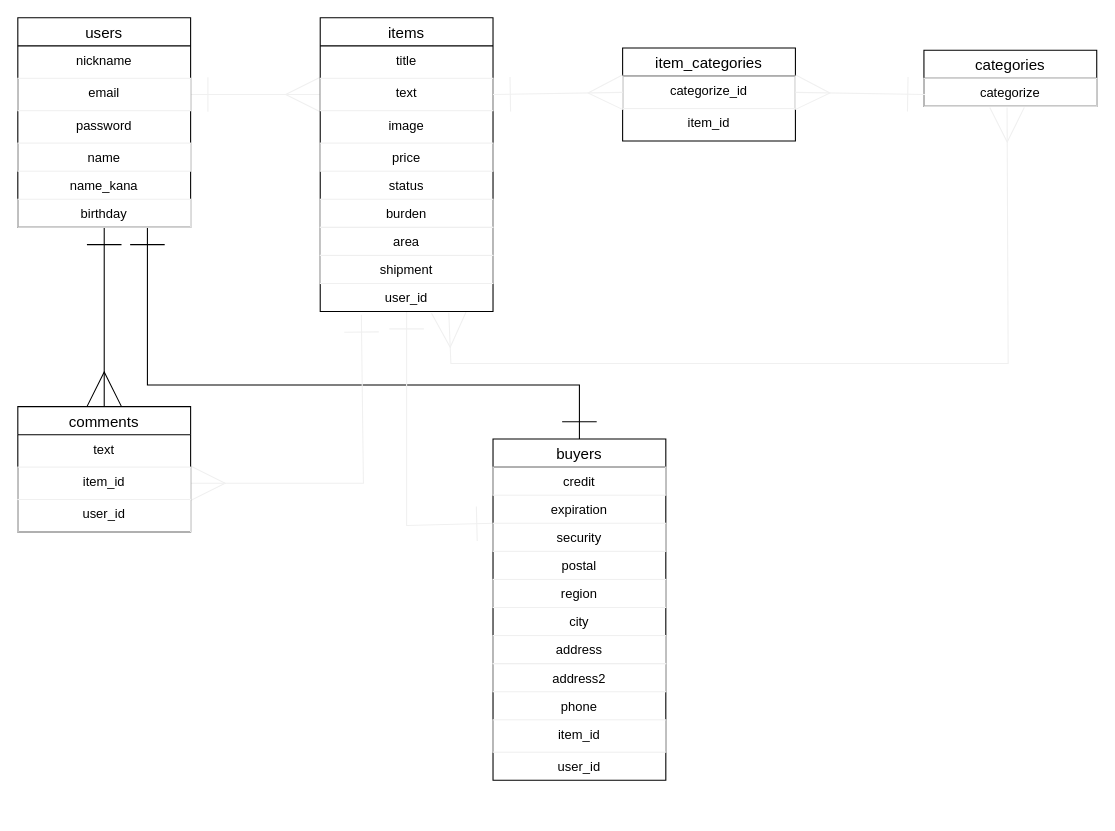
This is furima.dio from tk-i/furima-33847, a draw.io file, before an edit. Source tidied: cells renumbered, new cells numbered last; positions are measured from the earlier drawing's top-left corner, leaving out a move shared by most shapes. Both pictures are drawn from the tidied source at 108%, with x=0, y=0 at pixel (17, 17).
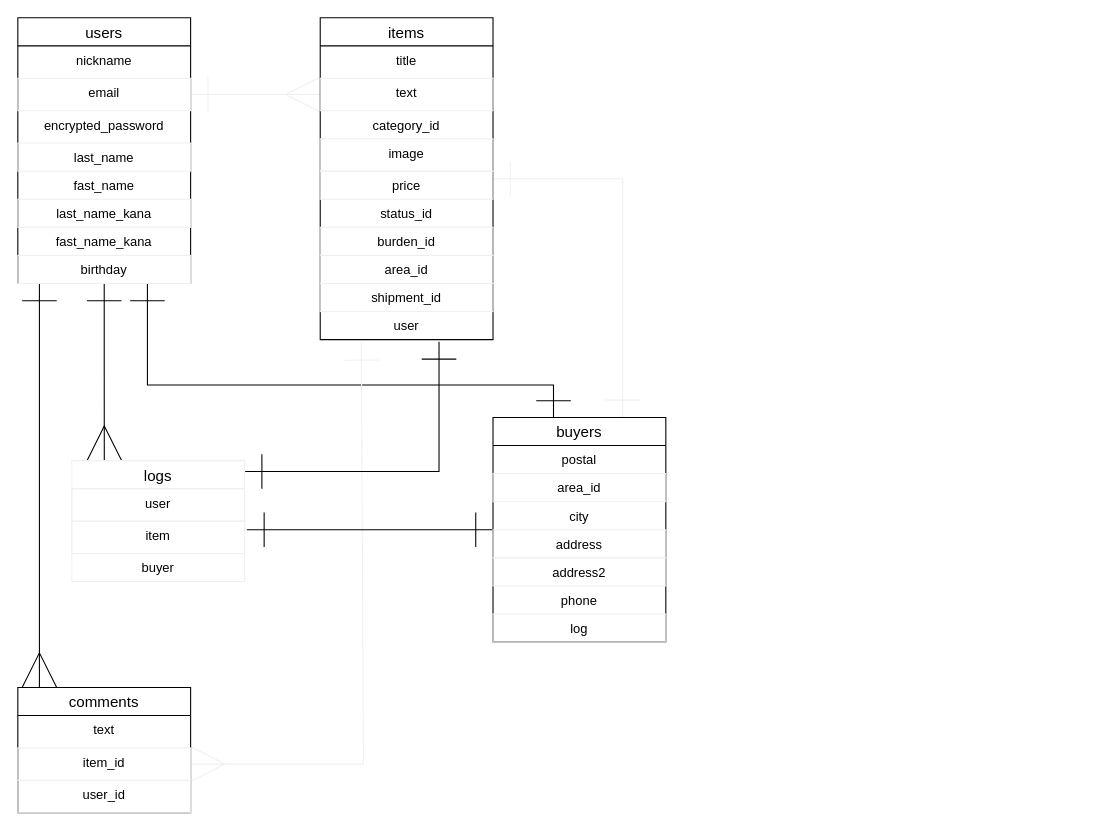
The same diagram, later.

Unchanged cells that the change refers to:
```xml
<mxCell id="17" value="text" style="text;fillColor=none;spacingLeft=4;spacingRight=4;overflow=hidden;points=[[0,0.5],[1,0.5]];portConstraint=eastwest;fontSize=12;align=center;strokeColor=#f0f0f0;" parent="15" vertex="1">
  <mxGeometry y="56" width="160" height="30" as="geometry" />
</mxCell>
<mxCell id="27" value="item_id" style="text;fillColor=none;spacingLeft=4;spacingRight=4;overflow=hidden;points=[[0,0.5],[1,0.5]];portConstraint=eastwest;fontSize=12;align=center;strokeColor=#f0f0f0;" parent="25" vertex="1">
  <mxGeometry y="56" width="160" height="30" as="geometry" />
</mxCell>
```

Change to the diagram source:
```diff
@@
-    <mxCell id="3" style="edgeStyle=orthogonalEdgeStyle;rounded=0;jettySize=auto;html=1;entryX=0.5;entryY=0;entryDx=0;entryDy=0;endArrow=ERmany;endFill=0;endSize=30;startSize=30;startArrow=ERone;startFill=0;" parent="1" edge="1" source="5" target="25">
+    <mxCell id="3" style="edgeStyle=orthogonalEdgeStyle;rounded=0;jettySize=auto;html=1;entryX=0.125;entryY=0;entryDx=0;entryDy=0;endArrow=ERmany;endFill=0;endSize=30;startSize=30;startArrow=ERone;startFill=0;exitX=0.125;exitY=1;exitDx=0;exitDy=0;exitPerimeter=0;entryPerimeter=0;" parent="1" edge="1" source="11" target="25">
       <mxGeometry relative="1" as="geometry" />
     </mxCell>
-    <mxCell id="4" style="edgeStyle=orthogonalEdgeStyle;rounded=0;jettySize=auto;html=1;entryX=0.5;entryY=0;entryDx=0;entryDy=0;endArrow=ERone;endFill=0;strokeWidth=1;startSize=30;endSize=30;startArrow=ERone;startFill=0;" parent="1" edge="1" source="5" target="36">
+    <mxCell id="4" style="edgeStyle=orthogonalEdgeStyle;rounded=0;jettySize=auto;html=1;endArrow=ERone;endFill=0;strokeWidth=1;startSize=30;endSize=30;startArrow=ERone;startFill=0;entryX=0.35;entryY=0.003;entryDx=0;entryDy=0;entryPerimeter=0;" parent="1" edge="1" source="5" target="36">
       <mxGeometry relative="1" as="geometry">
         <Array as="points">
           <mxPoint x="120" y="340" />
-          <mxPoint x="520" y="340" />
+          <mxPoint x="496" y="340" />
         </Array>
       </mxGeometry>
     </mxCell>
+    <mxCell id="48" style="edgeStyle=orthogonalEdgeStyle;rounded=0;jettySize=auto;html=1;entryX=0.188;entryY=0;entryDx=0;entryDy=0;entryPerimeter=0;startArrow=ERone;startFill=0;startSize=30;endArrow=ERmany;endFill=0;endSize=30;" parent="1" edge="1" source="5" target="55">
+      <mxGeometry relative="1" as="geometry" />
+    </mxCell>
     <mxCell id="5" value="users" style="swimlane;fontStyle=0;horizontal=1;startSize=26;align=center;fontSize=14;" parent="1" vertex="1">
-      <mxGeometry width="160" height="194" as="geometry" />
+      <mxGeometry width="160" height="246" as="geometry" />
     </mxCell>
@@
-    <mxCell id="8" value="password" style="text;strokeColor=none;fillColor=none;spacingLeft=4;spacingRight=4;overflow=hidden;fontSize=12;align=center;" parent="5" vertex="1">
+    <mxCell id="8" value="encrypted_password" style="text;strokeColor=none;fillColor=none;spacingLeft=4;spacingRight=4;overflow=hidden;fontSize=12;align=center;" parent="5" vertex="1">
       <mxGeometry y="86" width="160" height="30" as="geometry" />
     </mxCell>
-    <mxCell id="9" value="name" style="text;fillColor=none;align=center;verticalAlign=top;spacingLeft=4;spacingRight=4;overflow=hidden;strokeColor=#f0f0f0;" parent="5" vertex="1">
+    <mxCell id="9" value="last_name" style="text;fillColor=none;align=center;verticalAlign=top;spacingLeft=4;spacingRight=4;overflow=hidden;strokeColor=#f0f0f0;" parent="5" vertex="1">
       <mxGeometry y="116" width="160" height="26" as="geometry" />
     </mxCell>
+    <mxCell id="49" value="fast_name" style="text;strokeColor=none;fillColor=none;align=center;verticalAlign=top;spacingLeft=4;spacingRight=4;overflow=hidden;" parent="5" vertex="1">
+      <mxGeometry y="142" width="160" height="26" as="geometry" />
+    </mxCell>
-    <mxCell id="10" value="name_kana" style="text;strokeColor=none;fillColor=none;align=center;verticalAlign=top;spacingLeft=4;spacingRight=4;overflow=hidden;" parent="5" vertex="1">
-      <mxGeometry y="142" width="160" height="26" as="geometry" />
+    <mxCell id="10" value="last_name_kana" style="text;fillColor=none;align=center;verticalAlign=top;spacingLeft=4;spacingRight=4;overflow=hidden;strokeColor=#f0f0f0;" parent="5" vertex="1">
+      <mxGeometry y="168" width="160" height="26" as="geometry" />
     </mxCell>
+    <mxCell id="50" value="fast_name_kana" style="text;strokeColor=none;fillColor=none;align=center;verticalAlign=top;spacingLeft=4;spacingRight=4;overflow=hidden;" parent="5" vertex="1">
+      <mxGeometry y="194" width="160" height="26" as="geometry" />
+    </mxCell>
     <mxCell id="11" value="birthday" style="text;fillColor=none;align=center;verticalAlign=top;spacingLeft=4;spacingRight=4;overflow=hidden;points=[[0,0.5],[1,0.5]];portConstraint=eastwest;strokeColor=#f0f0f0;" parent="5" vertex="1">
-      <mxGeometry y="168" width="160" height="26" as="geometry" />
+      <mxGeometry y="220" width="160" height="26" as="geometry" />
     </mxCell>
-    <mxCell id="12" style="edgeStyle=none;rounded=0;jumpStyle=none;jettySize=auto;html=1;startArrow=ERmany;startFill=0;startSize=30;endArrow=ERmany;endFill=0;endSize=30;targetPerimeterSpacing=0;strokeColor=#f0f0f0;strokeWidth=1;entryX=0.481;entryY=1.038;entryDx=0;entryDy=0;entryPerimeter=0;exitX=0.744;exitY=1.038;exitDx=0;exitDy=0;exitPerimeter=0;" parent="1" edge="1" source="24" target="30">
-      <mxGeometry relative="1" as="geometry">
-        <Array as="points">
-          <mxPoint x="401" y="320" />
-          <mxPoint x="917" y="320" />
-        </Array>
-      </mxGeometry>
-    </mxCell>
     <mxCell id="13" style="edgeStyle=none;rounded=0;jumpStyle=none;jettySize=auto;html=1;entryX=1;entryY=0.5;entryDx=0;entryDy=0;startArrow=ERone;startFill=0;startSize=30;endArrow=ERmany;endFill=0;endSize=30;targetPerimeterSpacing=0;strokeColor=#f0f0f0;strokeWidth=1;exitX=0.238;exitY=1.115;exitDx=0;exitDy=0;exitPerimeter=0;" parent="1" edge="1" source="24" target="27">
       <mxGeometry relative="1" as="geometry">
         <Array as="points">
-          <mxPoint x="320" y="431" />
+          <mxPoint x="320" y="691" />
         </Array>
       </mxGeometry>
     </mxCell>
-    <mxCell id="14" style="edgeStyle=none;rounded=0;jumpStyle=none;jettySize=auto;html=1;startArrow=ERone;startFill=0;startSize=30;endArrow=ERone;endFill=0;endSize=30;targetPerimeterSpacing=0;strokeColor=#f0f0f0;strokeWidth=1;entryX=0.006;entryY=0;entryDx=0;entryDy=0;entryPerimeter=0;" parent="1" edge="1" source="15" target="39">
+    <mxCell id="14" style="edgeStyle=none;rounded=0;jumpStyle=none;jettySize=auto;html=1;startArrow=ERone;startFill=0;startSize=30;endArrow=ERone;endFill=0;endSize=30;targetPerimeterSpacing=0;strokeColor=#f0f0f0;strokeWidth=1;entryX=0.75;entryY=0;entryDx=0;entryDy=0;" parent="1" edge="1" source="15" target="36">
       <mxGeometry relative="1" as="geometry">
         <Array as="points">
-          <mxPoint x="360" y="470" />
+          <mxPoint x="560" y="149" />
         </Array>
       </mxGeometry>
     </mxCell>
     <mxCell id="15" value="items" style="swimlane;fontStyle=0;horizontal=1;startSize=26;align=center;fontSize=14;" parent="1" vertex="1">
-      <mxGeometry x="280" width="160" height="272" as="geometry" />
+      <mxGeometry x="280" width="160" height="298" as="geometry" />
     </mxCell>
@@
+    <mxCell id="51" value="category_id" style="text;strokeColor=none;fillColor=none;align=center;verticalAlign=top;spacingLeft=4;spacingRight=4;overflow=hidden;" parent="15" vertex="1">
+      <mxGeometry y="86" width="160" height="26" as="geometry" />
+    </mxCell>
-    <mxCell id="18" value="image" style="text;strokeColor=none;fillColor=none;spacingLeft=4;spacingRight=4;overflow=hidden;fontSize=12;align=center;" parent="15" vertex="1">
-      <mxGeometry y="86" width="160" height="30" as="geometry" />
+    <mxCell id="18" value="image" style="text;fillColor=none;spacingLeft=4;spacingRight=4;overflow=hidden;fontSize=12;align=center;strokeColor=#f0f0f0;" parent="15" vertex="1">
+      <mxGeometry y="112" width="160" height="30" as="geometry" />
     </mxCell>
     <mxCell id="19" value="price" style="text;fillColor=none;align=center;verticalAlign=top;spacingLeft=4;spacingRight=4;overflow=hidden;strokeColor=#f0f0f0;" parent="15" vertex="1">
-      <mxGeometry y="116" width="160" height="26" as="geometry" />
+      <mxGeometry y="142" width="160" height="26" as="geometry" />
     </mxCell>
-    <mxCell id="20" value="status" style="text;strokeColor=none;fillColor=none;align=center;verticalAlign=top;spacingLeft=4;spacingRight=4;overflow=hidden;" parent="15" vertex="1">
-      <mxGeometry y="142" width="160" height="26" as="geometry" />
+    <mxCell id="20" value="status_id" style="text;strokeColor=none;fillColor=none;align=center;verticalAlign=top;spacingLeft=4;spacingRight=4;overflow=hidden;" parent="15" vertex="1">
+      <mxGeometry y="168" width="160" height="26" as="geometry" />
     </mxCell>
-    <mxCell id="21" value="burden" style="text;fillColor=none;align=center;verticalAlign=top;spacingLeft=4;spacingRight=4;overflow=hidden;strokeColor=#f0f0f0;" parent="15" vertex="1">
-      <mxGeometry y="168" width="160" height="26" as="geometry" />
+    <mxCell id="21" value="burden_id" style="text;fillColor=none;align=center;verticalAlign=top;spacingLeft=4;spacingRight=4;overflow=hidden;strokeColor=#f0f0f0;" parent="15" vertex="1">
+      <mxGeometry y="194" width="160" height="26" as="geometry" />
     </mxCell>
-    <mxCell id="22" value="area" style="text;fillColor=none;align=center;verticalAlign=top;spacingLeft=4;spacingRight=4;overflow=hidden;strokeColor=#f0f0f0;" parent="15" vertex="1">
-      <mxGeometry y="194" width="160" height="26" as="geometry" />
+    <mxCell id="22" value="area_id" style="text;fillColor=none;align=center;verticalAlign=top;spacingLeft=4;spacingRight=4;overflow=hidden;strokeColor=#f0f0f0;" parent="15" vertex="1">
+      <mxGeometry y="220" width="160" height="26" as="geometry" />
     </mxCell>
-    <mxCell id="23" value="shipment" style="text;fillColor=none;align=center;verticalAlign=top;spacingLeft=4;spacingRight=4;overflow=hidden;strokeColor=#f0f0f0;" parent="15" vertex="1">
-      <mxGeometry y="220" width="160" height="26" as="geometry" />
+    <mxCell id="23" value="shipment_id" style="text;fillColor=none;align=center;verticalAlign=top;spacingLeft=4;spacingRight=4;overflow=hidden;strokeColor=#f0f0f0;" parent="15" vertex="1">
+      <mxGeometry y="246" width="160" height="26" as="geometry" />
     </mxCell>
-    <mxCell id="24" value="user_id" style="text;strokeColor=none;fillColor=none;align=center;verticalAlign=top;spacingLeft=4;spacingRight=4;overflow=hidden;points=[[0,0.5],[1,0.5]];portConstraint=eastwest;" parent="15" vertex="1">
-      <mxGeometry y="246" width="160" height="26" as="geometry" />
+    <mxCell id="24" value="user" style="text;strokeColor=none;fillColor=none;align=center;verticalAlign=top;spacingLeft=4;spacingRight=4;overflow=hidden;points=[[0,0.5],[1,0.5]];portConstraint=eastwest;" parent="15" vertex="1">
+      <mxGeometry y="272" width="160" height="26" as="geometry" />
     </mxCell>
     <mxCell id="25" value="comments" style="swimlane;fontStyle=0;horizontal=1;startSize=26;align=center;fontSize=14;" parent="1" vertex="1">
-      <mxGeometry y="360" width="160" height="116" as="geometry" />
+      <mxGeometry y="620" width="160" height="116" as="geometry" />
     </mxCell>
@@
-    <mxCell id="29" value="categories" style="swimlane;fontStyle=0;horizontal=1;startSize=26;align=center;fontSize=14;" parent="1" vertex="1">
-      <mxGeometry x="839" y="30" width="160" height="52" as="geometry" />
-    </mxCell>
-    <mxCell id="30" value="categorize" style="text;fillColor=none;align=center;verticalAlign=top;spacingLeft=4;spacingRight=4;overflow=hidden;points=[[0,0.5],[1,0.5]];portConstraint=eastwest;strokeColor=#f0f0f0;" parent="29" vertex="1">
-      <mxGeometry y="26" width="160" height="26" as="geometry" />
-    </mxCell>
-    <mxCell id="31" value="item_categories" style="swimlane;fontStyle=0;horizontal=1;startSize=26;align=center;fontSize=14;" parent="1" vertex="1">
-      <mxGeometry x="560" y="28" width="160" height="86" as="geometry" />
-    </mxCell>
-    <mxCell id="32" value="categorize_id" style="text;fillColor=none;spacingLeft=4;spacingRight=4;overflow=hidden;points=[[0,0.5],[1,0.5]];portConstraint=eastwest;fontSize=12;strokeColor=#f0f0f0;align=center;" parent="31" vertex="1">
-      <mxGeometry y="26" width="160" height="30" as="geometry" />
-    </mxCell>
-    <mxCell id="33" value="item_id" style="text;strokeColor=none;fillColor=none;spacingLeft=4;spacingRight=4;overflow=hidden;fontSize=12;align=center;" parent="31" vertex="1">
-      <mxGeometry y="56" width="160" height="30" as="geometry" />
-    </mxCell>
-    <mxCell id="34" style="edgeStyle=none;rounded=0;jumpStyle=none;jettySize=auto;html=1;exitX=1;exitY=0.5;exitDx=0;exitDy=0;entryX=0;entryY=0.5;entryDx=0;entryDy=0;startArrow=ERone;startFill=0;startSize=30;endArrow=ERmany;endFill=0;endSize=30;targetPerimeterSpacing=0;strokeColor=#f0f0f0;strokeWidth=1;" parent="1" edge="1" source="17" target="32">
-      <mxGeometry relative="1" as="geometry" />
-    </mxCell>
-    <mxCell id="35" style="edgeStyle=none;rounded=0;jumpStyle=none;jettySize=auto;html=1;entryX=0;entryY=0.5;entryDx=0;entryDy=0;startArrow=ERmany;startFill=0;startSize=30;endArrow=ERone;endFill=0;endSize=30;targetPerimeterSpacing=0;strokeColor=#f0f0f0;strokeWidth=1;exitX=1;exitY=0.5;exitDx=0;exitDy=0;" parent="1" edge="1" source="32">
-      <mxGeometry relative="1" as="geometry">
-        <mxPoint x="840" y="71" as="targetPoint" />
-      </mxGeometry>
-    </mxCell>
+    <mxCell id="52" style="edgeStyle=orthogonalEdgeStyle;rounded=0;jettySize=auto;html=1;startArrow=ERone;startFill=0;startSize=30;endArrow=ERone;endFill=0;endSize=30;entryX=1.013;entryY=0.267;entryDx=0;entryDy=0;entryPerimeter=0;" parent="1" edge="1" source="36" target="57">
+      <mxGeometry relative="1" as="geometry">
+        <Array as="points">
+          <mxPoint x="330" y="474" />
+          <mxPoint x="330" y="474" />
+        </Array>
+      </mxGeometry>
+    </mxCell>
     <mxCell id="36" value="buyers" style="swimlane;fontStyle=0;horizontal=1;startSize=26;align=center;fontSize=14;" parent="1" vertex="1">
-      <mxGeometry x="440" y="390" width="160" height="316" as="geometry" />
+      <mxGeometry x="440" y="370" width="160" height="208" as="geometry" />
     </mxCell>
-    <mxCell id="37" value="credit" style="text;fillColor=none;align=center;verticalAlign=top;spacingLeft=4;spacingRight=4;overflow=hidden;strokeColor=#f0f0f0;" parent="36" vertex="1">
-      <mxGeometry y="26" width="160" height="26" as="geometry" />
-    </mxCell>
-    <mxCell id="38" value="expiration" style="text;strokeColor=none;fillColor=none;align=center;verticalAlign=top;spacingLeft=4;spacingRight=4;overflow=hidden;" parent="36" vertex="1">
-      <mxGeometry y="52" width="160" height="26" as="geometry" />
-    </mxCell>
-    <mxCell id="39" value="security" style="text;fillColor=none;align=center;verticalAlign=top;spacingLeft=4;spacingRight=4;overflow=hidden;points=[[0,0.5],[1,0.5]];portConstraint=eastwest;strokeColor=#f0f0f0;" parent="36" vertex="1">
-      <mxGeometry y="78" width="160" height="26" as="geometry" />
-    </mxCell>
     <mxCell id="40" value="postal" style="text;strokeColor=none;fillColor=none;align=center;verticalAlign=top;spacingLeft=4;spacingRight=4;overflow=hidden;" parent="36" vertex="1">
-      <mxGeometry y="104" width="160" height="26" as="geometry" />
+      <mxGeometry y="26" width="160" height="26" as="geometry" />
     </mxCell>
-    <mxCell id="41" value="region" style="text;fillColor=none;align=center;verticalAlign=top;spacingLeft=4;spacingRight=4;overflow=hidden;strokeColor=#f0f0f0;" parent="36" vertex="1">
-      <mxGeometry y="130" width="160" height="26" as="geometry" />
+    <mxCell id="41" value="area_id" style="text;fillColor=none;align=center;verticalAlign=top;spacingLeft=4;spacingRight=4;overflow=hidden;strokeColor=#f0f0f0;" parent="36" vertex="1">
+      <mxGeometry y="52" width="160" height="26" as="geometry" />
     </mxCell>
     <mxCell id="42" value="city" style="text;strokeColor=none;fillColor=none;align=center;verticalAlign=top;spacingLeft=4;spacingRight=4;overflow=hidden;" parent="36" vertex="1">
-      <mxGeometry y="156" width="160" height="26" as="geometry" />
+      <mxGeometry y="78" width="160" height="26" as="geometry" />
     </mxCell>
     <mxCell id="43" value="address" style="text;fillColor=none;align=center;verticalAlign=top;spacingLeft=4;spacingRight=4;overflow=hidden;strokeColor=#f0f0f0;" parent="36" vertex="1">
-      <mxGeometry y="182" width="160" height="26" as="geometry" />
+      <mxGeometry y="104" width="160" height="26" as="geometry" />
     </mxCell>
     <mxCell id="44" value="address2" style="text;fillColor=none;align=center;verticalAlign=top;spacingLeft=4;spacingRight=4;overflow=hidden;strokeColor=#f0f0f0;" parent="36" vertex="1">
-      <mxGeometry y="208" width="160" height="26" as="geometry" />
+      <mxGeometry y="130" width="160" height="26" as="geometry" />
     </mxCell>
     <mxCell id="45" value="phone" style="text;strokeColor=none;fillColor=none;align=center;verticalAlign=top;spacingLeft=4;spacingRight=4;overflow=hidden;" parent="36" vertex="1">
-      <mxGeometry y="234" width="160" height="26" as="geometry" />
+      <mxGeometry y="156" width="160" height="26" as="geometry" />
     </mxCell>
-    <mxCell id="46" value="item_id" style="text;fillColor=none;spacingLeft=4;spacingRight=4;overflow=hidden;fontSize=12;strokeColor=#f0f0f0;align=center;" parent="36" vertex="1">
-      <mxGeometry y="260" width="160" height="30" as="geometry" />
-    </mxCell>
-    <mxCell id="47" value="user_id" style="text;strokeColor=none;fillColor=none;align=center;verticalAlign=top;spacingLeft=4;spacingRight=4;overflow=hidden;" parent="36" vertex="1">
-      <mxGeometry y="290" width="160" height="26" as="geometry" />
-    </mxCell>
+    <mxCell id="53" value="log" style="text;fillColor=none;align=center;verticalAlign=top;spacingLeft=4;spacingRight=4;overflow=hidden;strokeColor=#f0f0f0;" parent="36" vertex="1">
+      <mxGeometry y="182" width="160" height="26" as="geometry" />
+    </mxCell>
+    <mxCell id="54" style="edgeStyle=orthogonalEdgeStyle;rounded=0;jettySize=auto;html=1;startArrow=ERone;startFill=0;startSize=30;endArrow=ERone;endFill=0;endSize=30;" parent="1" edge="1" source="55">
+      <mxGeometry relative="1" as="geometry">
+        <mxPoint x="390" y="300" as="targetPoint" />
+        <Array as="points">
+          <mxPoint x="390" y="420" />
+        </Array>
+      </mxGeometry>
+    </mxCell>
+    <mxCell id="55" value="logs" style="swimlane;fontStyle=0;horizontal=1;startSize=26;align=center;fontSize=14;strokeColor=#f0f0f0;" parent="1" vertex="1">
+      <mxGeometry x="50" y="410" width="160" height="112" as="geometry" />
+    </mxCell>
+    <mxCell id="56" value="user&#10;" style="text;fillColor=none;spacingLeft=4;spacingRight=4;overflow=hidden;fontSize=12;align=center;strokeColor=#f0f0f0;" parent="55" vertex="1">
+      <mxGeometry y="26" width="160" height="30" as="geometry" />
+    </mxCell>
+    <mxCell id="57" value="item" style="text;fillColor=none;spacingLeft=4;spacingRight=4;overflow=hidden;points=[[0,0.5],[1,0.5]];portConstraint=eastwest;fontSize=12;align=center;strokeColor=#f0f0f0;" parent="55" vertex="1">
+      <mxGeometry y="56" width="160" height="30" as="geometry" />
+    </mxCell>
+    <mxCell id="58" value="buyer" style="text;strokeColor=none;fillColor=none;align=center;verticalAlign=top;spacingLeft=4;spacingRight=4;overflow=hidden;" parent="55" vertex="1">
+      <mxGeometry y="86" width="160" height="26" as="geometry" />
+    </mxCell>
```
